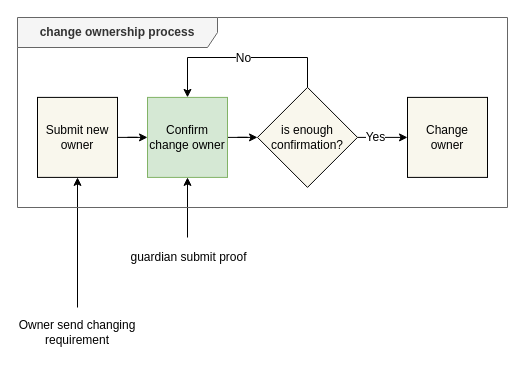
phamhongphuc1999/account-abstraction-app keeps this draw.io diagram as page "change-ownership-process" (21 of 23) of documents/master.drawio. Above is the earlier version. Source tidied: cells renumbered, new cells numbered last; positions are measured from the earlier drawing's top-left corner, leaving out a move shared by most shapes. Both pictures are drawn from the tidied source at 100%, with x=0, y=0 at pixel (17, 17).
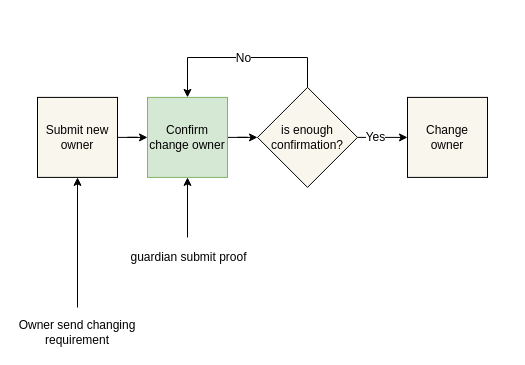
The same diagram, later.

Diff of the diagram source:
```diff
@@
-    <mxCell id="15" value="&lt;b&gt;change ownership process&lt;/b&gt;" style="shape=umlFrame;whiteSpace=wrap;html=1;width=200;height=30;fillColor=#f5f5f5;strokeColor=#666666;fontColor=#333333;fontSize=12;" parent="1" vertex="1">
-      <mxGeometry width="490" height="190" as="geometry" />
-    </mxCell>
```
